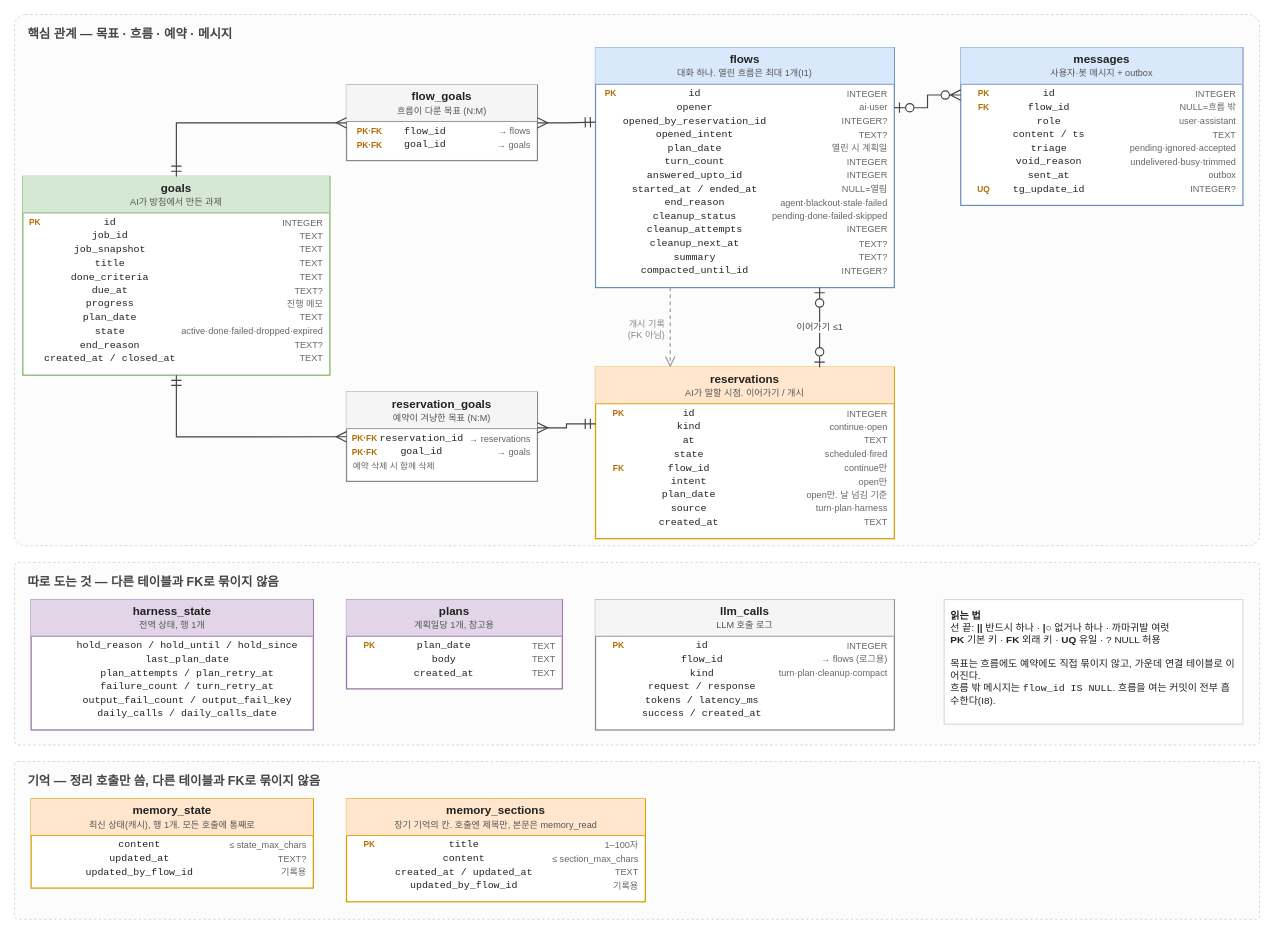
Earlier version of the draw.io diagram docs/harness-erd.drawio (carol-sh/aigan). Source tidied: cells renumbered, new cells numbered last; positions are measured from the earlier drawing's top-left corner, leaving out a move shared by most shapes. Both pictures are drawn from the tidied source at 83%, with x=0, y=0 at pixel (14, 14).
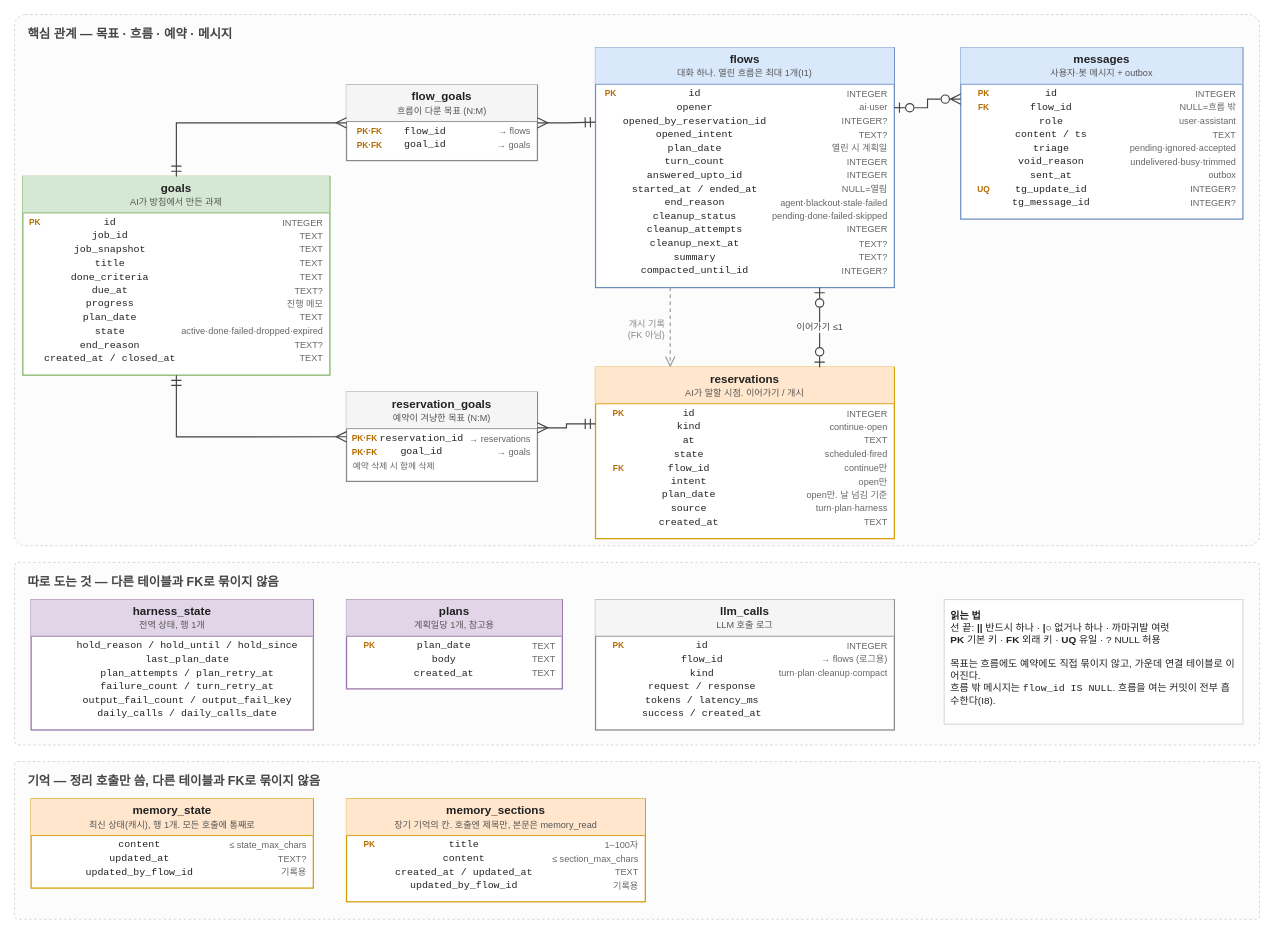
The same diagram, later.

Commit message (it also covers changes not shown here):
docs(v4): delete io-time messages only when the turn speaks

Messages arriving during a turn's io are kept, then deleted before the
commit of a turn that speaks. Silent turns leave them in place, so
ignore stays invisible and nothing is lost. Typing shows only for
in-flow turns. Adds messages.tg_message_id.

Claude-Session: https://claude.ai/code/session_01KmJ62PniUGbX3qL5QWqR6C

The edit, as a diff of the source:
```diff
@@
-    <mxCell id="9" value="&lt;div style='background:#dae8fc;border-bottom:1px solid #6c8ebf;padding:6px 0;font-weight:bold;font-size:14px;color:#222'&gt;messages&lt;div style='font-weight:normal;font-size:11px;color:#555;margin-top:2px'&gt;사용자·봇 메시지 + outbox&lt;/div&gt;&lt;/div&gt;&lt;table style='width:100%;border-collapse:collapse;margin-top:3px;padding:0 6px' cellpadding='1'&gt;&lt;tr&gt;&lt;td style='width:44px;padding-left:6px;color:#b36b00;font-size:10px;font-weight:bold;white-space:nowrap'&gt;PK&lt;/td&gt;&lt;td style='font-family:monospace;font-size:12px;color:#222;white-space:nowrap'&gt;id&lt;/td&gt;&lt;td style='font-size:11px;color:#666;text-align:right;padding-left:6px;padding-right:8px;white-space:nowrap'&gt;INTEGER&lt;/td&gt;&lt;/tr&gt;&lt;tr&gt;&lt;td style='width:44px;padding-left:6px;color:#b36b00;font-size:10px;font-weight:bold;white-space:nowrap'&gt;FK&lt;/td&gt;&lt;td style='font-family:monospace;font-size:12px;color:#222;white-space:nowrap'&gt;flow_id&lt;/td&gt;&lt;td style='font-size:11px;color:#666;text-align:right;padding-left:6px;padding-right:8px;white-space:nowrap'&gt;NULL=흐름 밖&lt;/td&gt;&lt;/tr&gt;&lt;tr&gt;&lt;td style='width:44px;padding-left:6px;color:#b36b00;font-size:10px;font-weight:bold;white-space:nowrap'&gt;&lt;/td&gt;&lt;td style='font-family:monospace;font-size:12px;color:#222;white-space:nowrap'&gt;role&lt;/td&gt;&lt;td style='font-size:11px;color:#666;text-align:right;padding-left:6px;padding-right:8px;white-space:nowrap'&gt;user·assistant&lt;/td&gt;&lt;/tr&gt;&lt;tr&gt;&lt;td style='width:44px;padding-left:6px;color:#b36b00;font-size:10px;font-weight:bold;white-space:nowrap'&gt;&lt;/td&gt;&lt;td style='font-family:monospace;font-size:12px;color:#222;white-space:nowrap'&gt;content / ts&lt;/td&gt;&lt;td style='font-size:11px;color:#666;text-align:right;padding-left:6px;padding-right:8px;white-space:nowrap'&gt;TEXT&lt;/td&gt;&lt;/tr&gt;&lt;tr&gt;&lt;td style='width:44px;padding-left:6px;color:#b36b00;font-size:10px;font-weight:bold;white-space:nowrap'&gt;&lt;/td&gt;&lt;td style='font-family:monospace;font-size:12px;color:#222;white-space:nowrap'&gt;triage&lt;/td&gt;&lt;td style='font-size:11px;color:#666;text-align:right;padding-left:6px;padding-right:8px;white-space:nowrap'&gt;pending·ignored·accepted&lt;/td&gt;&lt;/tr&gt;&lt;tr&gt;&lt;td style='width:44px;padding-left:6px;color:#b36b00;font-size:10px;font-weight:bold;white-space:nowrap'&gt;&lt;/td&gt;&lt;td style='font-family:monospace;font-size:12px;color:#222;white-space:nowrap'&gt;void_reason&lt;/td&gt;&lt;td style='font-size:11px;color:#666;text-align:right;padding-left:6px;padding-right:8px;white-space:nowrap'&gt;undelivered·busy·trimmed&lt;/td&gt;&lt;/tr&gt;&lt;tr&gt;&lt;td style='width:44px;padding-left:6px;color:#b36b00;font-size:10px;font-weight:bold;white-space:nowrap'&gt;&lt;/td&gt;&lt;td style='font-family:monospace;font-size:12px;color:#222;white-space:nowrap'&gt;sent_at&lt;/td&gt;&lt;td style='font-size:11px;color:#666;text-align:right;padding-left:6px;padding-right:8px;white-space:nowrap'&gt;outbox&lt;/td&gt;&lt;/tr&gt;&lt;tr&gt;&lt;td style='width:44px;padding-left:6px;color:#b36b00;font-size:10px;font-weight:bold;white-space:nowrap'&gt;UQ&lt;/td&gt;&lt;td style='font-family:monospace;font-size:12px;color:#222;white-space:nowrap'&gt;tg_update_id&lt;/td&gt;&lt;td style='font-size:11px;color:#666;text-align:right;padding-left:6px;padding-right:8px;white-space:nowrap'&gt;INTEGER?&lt;/td&gt;&lt;/tr&gt;&lt;/table&gt;" style="rounded=0;whiteSpace=wrap;html=1;verticalAlign=top;align=center;spacing=0;fillColor=#ffffff;strokeColor=#6c8ebf;strokeWidth=1.5;overflow=fill;" parent="1" vertex="1">
-      <mxGeometry x="1140" y="40" width="340" height="190" as="geometry" />
+    <mxCell id="9" value="&lt;div style='background:#dae8fc;border-bottom:1px solid #6c8ebf;padding:6px 0;font-weight:bold;font-size:14px;color:#222'&gt;messages&lt;div style='font-weight:normal;font-size:11px;color:#555;margin-top:2px'&gt;사용자·봇 메시지 + outbox&lt;/div&gt;&lt;/div&gt;&lt;table style='width:100%;border-collapse:collapse;margin-top:3px;padding:0 6px' cellpadding='1'&gt;&lt;tr&gt;&lt;td style='width:44px;padding-left:6px;color:#b36b00;font-size:10px;font-weight:bold;white-space:nowrap'&gt;PK&lt;/td&gt;&lt;td style='font-family:monospace;font-size:12px;color:#222;white-space:nowrap'&gt;id&lt;/td&gt;&lt;td style='font-size:11px;color:#666;text-align:right;padding-left:6px;padding-right:8px;white-space:nowrap'&gt;INTEGER&lt;/td&gt;&lt;/tr&gt;&lt;tr&gt;&lt;td style='width:44px;padding-left:6px;color:#b36b00;font-size:10px;font-weight:bold;white-space:nowrap'&gt;FK&lt;/td&gt;&lt;td style='font-family:monospace;font-size:12px;color:#222;white-space:nowrap'&gt;flow_id&lt;/td&gt;&lt;td style='font-size:11px;color:#666;text-align:right;padding-left:6px;padding-right:8px;white-space:nowrap'&gt;NULL=흐름 밖&lt;/td&gt;&lt;/tr&gt;&lt;tr&gt;&lt;td style='width:44px;padding-left:6px;color:#b36b00;font-size:10px;font-weight:bold;white-space:nowrap'&gt;&lt;/td&gt;&lt;td style='font-family:monospace;font-size:12px;color:#222;white-space:nowrap'&gt;role&lt;/td&gt;&lt;td style='font-size:11px;color:#666;text-align:right;padding-left:6px;padding-right:8px;white-space:nowrap'&gt;user·assistant&lt;/td&gt;&lt;/tr&gt;&lt;tr&gt;&lt;td style='width:44px;padding-left:6px;color:#b36b00;font-size:10px;font-weight:bold;white-space:nowrap'&gt;&lt;/td&gt;&lt;td style='font-family:monospace;font-size:12px;color:#222;white-space:nowrap'&gt;content / ts&lt;/td&gt;&lt;td style='font-size:11px;color:#666;text-align:right;padding-left:6px;padding-right:8px;white-space:nowrap'&gt;TEXT&lt;/td&gt;&lt;/tr&gt;&lt;tr&gt;&lt;td style='width:44px;padding-left:6px;color:#b36b00;font-size:10px;font-weight:bold;white-space:nowrap'&gt;&lt;/td&gt;&lt;td style='font-family:monospace;font-size:12px;color:#222;white-space:nowrap'&gt;triage&lt;/td&gt;&lt;td style='font-size:11px;color:#666;text-align:right;padding-left:6px;padding-right:8px;white-space:nowrap'&gt;pending·ignored·accepted&lt;/td&gt;&lt;/tr&gt;&lt;tr&gt;&lt;td style='width:44px;padding-left:6px;color:#b36b00;font-size:10px;font-weight:bold;white-space:nowrap'&gt;&lt;/td&gt;&lt;td style='font-family:monospace;font-size:12px;color:#222;white-space:nowrap'&gt;void_reason&lt;/td&gt;&lt;td style='font-size:11px;color:#666;text-align:right;padding-left:6px;padding-right:8px;white-space:nowrap'&gt;undelivered·busy·trimmed&lt;/td&gt;&lt;/tr&gt;&lt;tr&gt;&lt;td style='width:44px;padding-left:6px;color:#b36b00;font-size:10px;font-weight:bold;white-space:nowrap'&gt;&lt;/td&gt;&lt;td style='font-family:monospace;font-size:12px;color:#222;white-space:nowrap'&gt;sent_at&lt;/td&gt;&lt;td style='font-size:11px;color:#666;text-align:right;padding-left:6px;padding-right:8px;white-space:nowrap'&gt;outbox&lt;/td&gt;&lt;/tr&gt;&lt;tr&gt;&lt;td style='width:44px;padding-left:6px;color:#b36b00;font-size:10px;font-weight:bold;white-space:nowrap'&gt;UQ&lt;/td&gt;&lt;td style='font-family:monospace;font-size:12px;color:#222;white-space:nowrap'&gt;tg_update_id&lt;/td&gt;&lt;td style='font-size:11px;color:#666;text-align:right;padding-left:6px;padding-right:8px;white-space:nowrap'&gt;INTEGER?&lt;/td&gt;&lt;/tr&gt;&lt;tr&gt;&lt;td style='width:44px;padding-left:6px;color:#b36b00;font-size:10px;font-weight:bold;white-space:nowrap'&gt;&lt;/td&gt;&lt;td style='font-family:monospace;font-size:12px;color:#222;white-space:nowrap'&gt;tg_message_id&lt;/td&gt;&lt;td style='font-size:11px;color:#666;text-align:right;padding-left:6px;padding-right:8px;white-space:nowrap'&gt;INTEGER?&lt;/td&gt;&lt;/tr&gt;&lt;/table&gt;" style="rounded=0;whiteSpace=wrap;html=1;verticalAlign=top;align=center;spacing=0;fillColor=#ffffff;strokeColor=#6c8ebf;strokeWidth=1.5;overflow=fill;" parent="1" vertex="1">
+      <mxGeometry x="1140" y="40" width="340" height="206.5" as="geometry" />
     </mxCell>
```
